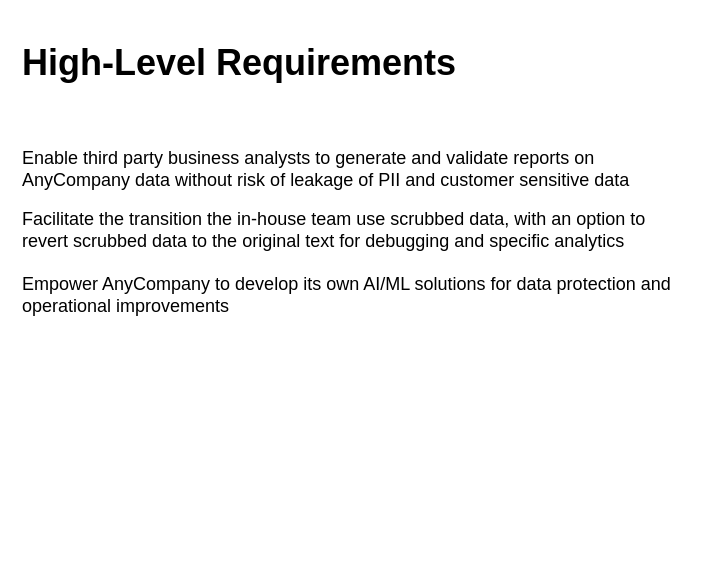
The draw.io diagram page "H-L Reqs." (2 of 6) of AB2 - 2022-12-04-v1.drawio in fotoby/ab3, before the edit. Source tidied: cells renumbered, new cells numbered last; positions are measured from the earlier drawing's top-left corner, leaving out a move shared by most shapes. Both pictures are drawn from the tidied source at 100%, with x=0, y=0 at pixel (17, 27).
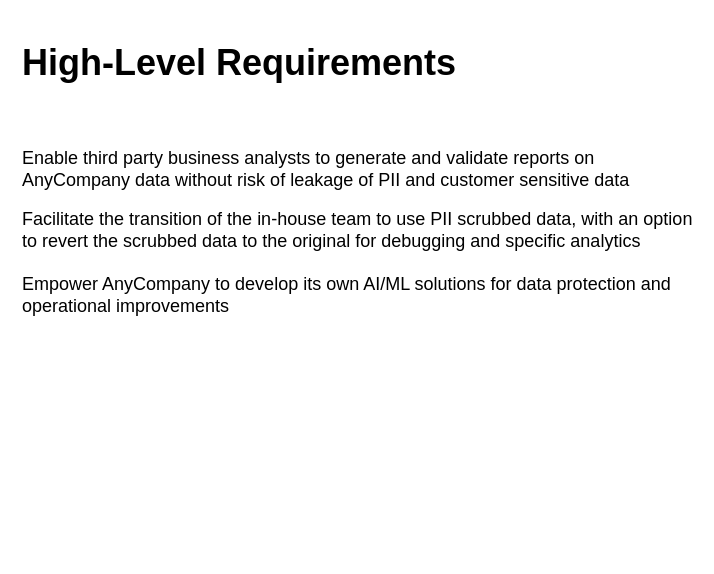
After the change.

Commit message:
Finalizing formatting for presentation tomorrow

Diff of the diagram source:
```diff
@@
 <mxGraphModel>
   <root>
     <mxCell id="0" />
     <mxCell id="1" parent="0" />
-    <mxCell id="2" value="&lt;h1&gt;High-Level Requirements&lt;/h1&gt;&lt;p&gt;&lt;b&gt;&lt;br&gt;&lt;/b&gt;&lt;/p&gt;&lt;p&gt;Enable third party business analysts to generate and validate reports on AnyCompany data without risk of leakage of PII and customer sensitive data&lt;br&gt;&lt;/p&gt;&lt;p&gt;&lt;/p&gt;Facilitate the transition the in-house team use scrubbed data, with an option to revert scrubbed data to the original text for debugging and specific analytics&lt;br&gt;&lt;br&gt;Empower AnyCompany to develop its own AI/ML solutions for data protection and operational improvements&lt;br&gt;&lt;br&gt;&lt;br&gt;&lt;p&gt;&lt;/p&gt;" style="text;html=1;strokeColor=none;fillColor=none;spacing=5;spacingTop=-20;whiteSpace=wrap;overflow=hidden;rounded=0;shadow=0;labelBorderColor=none;fontSize=18;fontColor=#000000;" parent="1" vertex="1">
+    <mxCell id="2" value="&lt;h1&gt;High-Level Requirements&lt;/h1&gt;&lt;p&gt;&lt;b&gt;&lt;br&gt;&lt;/b&gt;&lt;/p&gt;&lt;p&gt;Enable third party business analysts to generate and validate reports on AnyCompany data without risk of leakage of PII and customer sensitive data&lt;br&gt;&lt;/p&gt;&lt;p&gt;&lt;/p&gt;Facilitate the transition of the in-house team to use PII scrubbed data, with an option to revert the scrubbed data to the original for debugging and specific analytics&lt;br&gt;&lt;br&gt;Empower AnyCompany to develop its own AI/ML solutions for data protection and operational improvements&lt;br&gt;&lt;br&gt;&lt;br&gt;&lt;p&gt;&lt;/p&gt;" style="text;html=1;strokeColor=none;fillColor=none;spacing=5;spacingTop=-20;whiteSpace=wrap;overflow=hidden;rounded=0;shadow=0;labelBorderColor=none;fontSize=18;fontColor=#000000;" parent="1" vertex="1">
       <mxGeometry width="680" height="530" as="geometry" />
     </mxCell>
   </root>
 </mxGraphModel>
```
